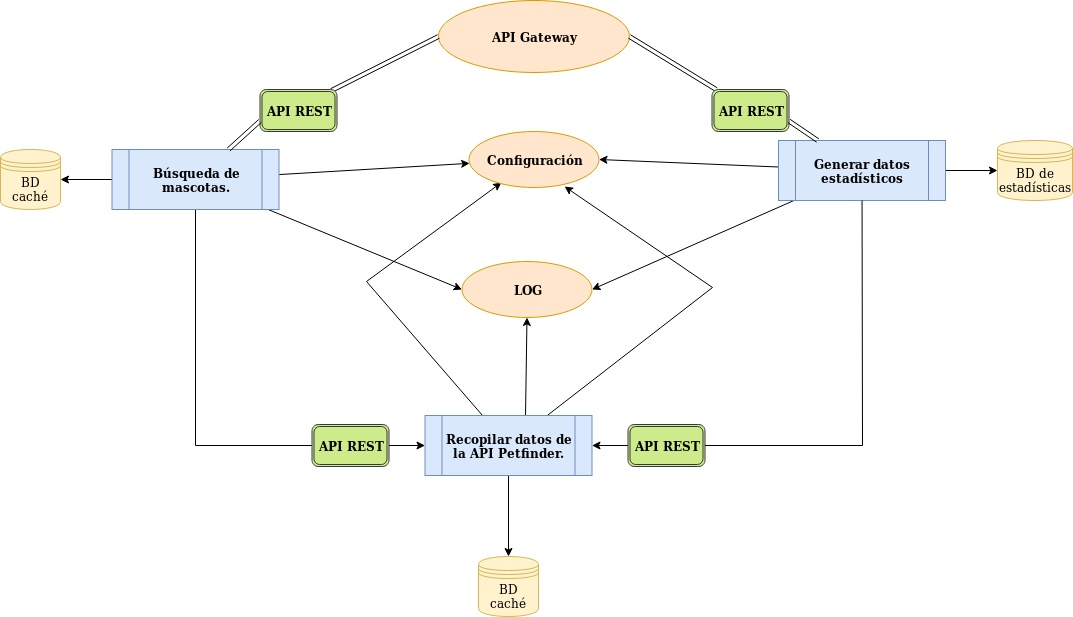
Before: documentacion/imagenes/Comunicación microservicios.png, a diagram exported from draw.io (lidiasm/MPII-ProyectoCC). Source tidied: cells renumbered, new cells last; positions are measured from the earlier drawing's top-left corner, leaving out a move shared by most shapes.
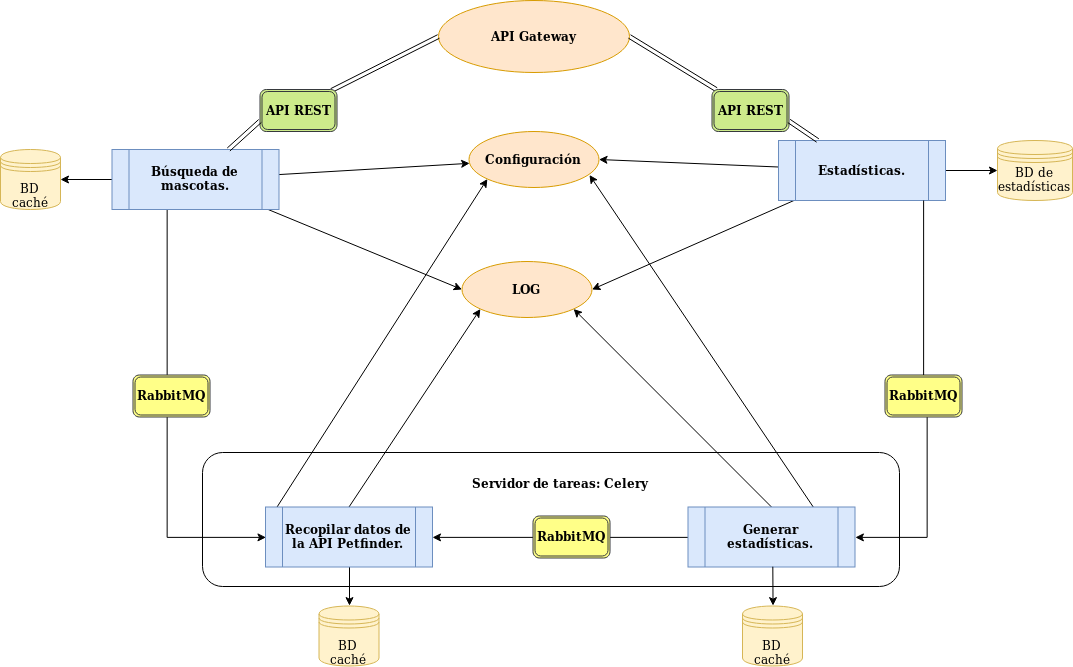
The same diagram one commit later.

Commit message:
Modificado el sistema de comunicación añadiendo Celery fixed #25

Diff of the diagram source:
```diff
@@ -2,6 +2,9 @@
   <root>
     <mxCell id="0" />
     <mxCell id="1" parent="0" />
+    <mxCell id="32" value="&lt;div&gt;&lt;br&gt;&lt;/div&gt;&lt;div&gt;&lt;br&gt;&lt;/div&gt;" style="rounded=1;whiteSpace=wrap;html=1;" parent="1" vertex="1">
+      <mxGeometry x="202" y="452" width="697" height="134" as="geometry" />
+    </mxCell>
     <mxCell id="2" value="&lt;b&gt;API Gateway&lt;/b&gt;" style="ellipse;whiteSpace=wrap;html=1;fillColor=#ffe6cc;strokeColor=#d79b00;" parent="1" vertex="1">
       <mxGeometry x="438" width="191" height="72" as="geometry" />
     </mxCell>
@@ -17,10 +20,14 @@
     <mxCell id="6" style="edgeStyle=none;rounded=0;jettySize=auto;html=1;entryX=1;entryY=0.5;entryDx=0;entryDy=0;" parent="1" edge="1" source="8" target="21">
       <mxGeometry relative="1" as="geometry" />
     </mxCell>
-    <mxCell id="7" style="edgeStyle=none;rounded=0;jettySize=auto;html=1;entryX=1;entryY=0.5;entryDx=0;entryDy=0;" parent="1" edge="1" source="30" target="19">
-      <mxGeometry relative="1" as="geometry" />
-    </mxCell>
+    <mxCell id="33" style="edgeStyle=orthogonalEdgeStyle;rounded=0;jettySize=auto;html=1;entryX=1;entryY=0.5;entryDx=0;entryDy=0;" parent="1" edge="1" source="42" target="38">
+      <mxGeometry relative="1" as="geometry">
+        <Array as="points">
+          <mxPoint x="927" y="537" />
+        </Array>
+      </mxGeometry>
+    </mxCell>
-    <mxCell id="8" value="&lt;b&gt;Generar datos estadísticos&lt;br&gt;&lt;/b&gt;" style="shape=process;whiteSpace=wrap;html=1;backgroundOutline=1;fillColor=#dae8fc;strokeColor=#6c8ebf;" parent="1" vertex="1">
+    <mxCell id="8" value="&lt;b&gt;Estadísticas.&lt;/b&gt;" style="shape=process;whiteSpace=wrap;html=1;backgroundOutline=1;fillColor=#dae8fc;strokeColor=#6c8ebf;" parent="1" vertex="1">
       <mxGeometry x="778" y="140" width="167" height="60" as="geometry" />
     </mxCell>
     <mxCell id="9" style="edgeStyle=none;shape=link;rounded=0;jettySize=auto;html=1;entryX=0;entryY=0.5;entryDx=0;entryDy=0;" parent="1" edge="1" target="2">
@@ -31,44 +38,34 @@
     <mxCell id="10" style="edgeStyle=none;rounded=0;jettySize=auto;html=1;entryX=1;entryY=0.5;entryDx=0;entryDy=0;" parent="1" edge="1" source="14" target="22">
       <mxGeometry relative="1" as="geometry" />
     </mxCell>
-    <mxCell id="11" style="edgeStyle=none;rounded=0;jettySize=auto;html=1;entryX=0;entryY=0.5;entryDx=0;entryDy=0;" parent="1" edge="1" source="14" target="19">
-      <mxGeometry relative="1" as="geometry">
-        <Array as="points">
-          <mxPoint x="195" y="445" />
-        </Array>
-      </mxGeometry>
-    </mxCell>
     <mxCell id="12" style="edgeStyle=none;rounded=0;jettySize=auto;html=1;" parent="1" edge="1" source="14" target="20">
       <mxGeometry relative="1" as="geometry" />
     </mxCell>
     <mxCell id="13" style="edgeStyle=none;rounded=0;jettySize=auto;html=1;entryX=0;entryY=0.5;entryDx=0;entryDy=0;" parent="1" edge="1" source="14" target="21">
       <mxGeometry relative="1" as="geometry" />
     </mxCell>
+    <mxCell id="11" style="edgeStyle=orthogonalEdgeStyle;rounded=0;jettySize=auto;html=1;exitX=0.5;exitY=1;exitDx=0;exitDy=0;entryX=0;entryY=0.5;entryDx=0;entryDy=0;" parent="1" edge="1" source="14" target="19">
+      <mxGeometry relative="1" as="geometry">
+        <Array as="points">
+          <mxPoint x="167" y="209" />
+          <mxPoint x="167" y="537" />
+        </Array>
+      </mxGeometry>
+    </mxCell>
     <mxCell id="14" value="&lt;b&gt;Búsqueda de mascotas.&lt;/b&gt;" style="shape=process;whiteSpace=wrap;html=1;backgroundOutline=1;fillColor=#dae8fc;strokeColor=#6c8ebf;" parent="1" vertex="1">
       <mxGeometry x="111.5" y="149" width="167" height="60" as="geometry" />
     </mxCell>
-    <mxCell id="15" style="edgeStyle=orthogonalEdgeStyle;rounded=0;jettySize=auto;html=1;entryX=0.5;entryY=0;entryDx=0;entryDy=0;" parent="1" edge="1" source="19" target="24">
+    <mxCell id="15" style="edgeStyle=orthogonalEdgeStyle;rounded=0;jettySize=auto;html=1;entryX=0.5;entryY=0;entryDx=0;entryDy=0;exitX=0.5;exitY=1;exitDx=0;exitDy=0;" parent="1" edge="1" source="19" target="24">
       <mxGeometry relative="1" as="geometry" />
     </mxCell>
-    <mxCell id="16" style="edgeStyle=none;rounded=0;jettySize=auto;html=1;entryX=0.735;entryY=0.982;entryDx=0;entryDy=0;entryPerimeter=0;" parent="1" edge="1" source="19" target="20">
-      <mxGeometry relative="1" as="geometry">
-        <Array as="points">
-          <mxPoint x="712" y="287" />
-        </Array>
-      </mxGeometry>
-    </mxCell>
-    <mxCell id="17" style="edgeStyle=none;rounded=0;jettySize=auto;html=1;entryX=0.25;entryY=0.911;entryDx=0;entryDy=0;entryPerimeter=0;" parent="1" edge="1" source="19" target="20">
-      <mxGeometry relative="1" as="geometry">
-        <Array as="points">
-          <mxPoint x="366" y="281" />
-        </Array>
-      </mxGeometry>
-    </mxCell>
+    <mxCell id="34" style="rounded=0;jettySize=auto;html=1;exitX=0.048;exitY=0.092;exitDx=0;exitDy=0;endArrow=classic;endFill=1;entryX=0;entryY=1;entryDx=0;entryDy=0;exitPerimeter=0;" parent="1" edge="1" source="19" target="20">
+      <mxGeometry relative="1" as="geometry" />
+    </mxCell>
-    <mxCell id="18" style="edgeStyle=none;rounded=0;jettySize=auto;html=1;entryX=0.5;entryY=1;entryDx=0;entryDy=0;exitX=0.602;exitY=0;exitDx=0;exitDy=0;exitPerimeter=0;" parent="1" edge="1" source="19" target="21">
+    <mxCell id="18" style="edgeStyle=none;rounded=0;jettySize=auto;html=1;exitX=0.5;exitY=0;exitDx=0;exitDy=0;entryX=0;entryY=1;entryDx=0;entryDy=0;endArrow=classic;endFill=1;" parent="1" edge="1" source="19" target="21">
       <mxGeometry relative="1" as="geometry" />
     </mxCell>
     <mxCell id="19" value="&lt;b&gt;Recopilar datos de la API Petfinder.&lt;br&gt;&lt;/b&gt;" style="shape=process;whiteSpace=wrap;html=1;backgroundOutline=1;fillColor=#dae8fc;strokeColor=#6c8ebf;" parent="1" vertex="1">
-      <mxGeometry x="424.5" y="415" width="167" height="60" as="geometry" />
+      <mxGeometry x="265" y="506.5" width="167" height="60" as="geometry" />
     </mxCell>
     <mxCell id="20" value="&lt;b&gt;Configuración&lt;/b&gt;" style="ellipse;whiteSpace=wrap;html=1;fillColor=#ffe6cc;strokeColor=#d79b00;" parent="1" vertex="1">
       <mxGeometry x="468.5" y="131" width="130" height="56" as="geometry" />
@@ -83,11 +80,8 @@
       <mxGeometry x="997" y="140" width="75" height="60" as="geometry" />
     </mxCell>
     <mxCell id="24" value="BD caché" style="shape=datastore;whiteSpace=wrap;html=1;fillColor=#fff2cc;strokeColor=#d6b656;" parent="1" vertex="1">
-      <mxGeometry x="478" y="556" width="60" height="60" as="geometry" />
+      <mxGeometry x="318.5" y="605.5" width="60" height="60" as="geometry" />
     </mxCell>
-    <mxCell id="25" value="&lt;b&gt;API REST&lt;/b&gt;" style="shape=ext;double=1;rounded=1;whiteSpace=wrap;html=1;fillColor=#cdeb8b;strokeColor=#36393d;" parent="1" vertex="1">
-      <mxGeometry x="311.5" y="424" width="77" height="42" as="geometry" />
-    </mxCell>
     <mxCell id="26" value="&lt;b&gt;API REST&lt;/b&gt;" style="shape=ext;double=1;rounded=1;whiteSpace=wrap;html=1;fillColor=#cdeb8b;strokeColor=#36393d;" parent="1" vertex="1">
       <mxGeometry x="711.5" y="89" width="77" height="42" as="geometry" />
     </mxCell>
@@ -100,15 +94,45 @@
     <mxCell id="29" style="edgeStyle=none;shape=link;rounded=0;jettySize=auto;html=1;entryX=0;entryY=0.75;entryDx=0;entryDy=0;" parent="1" edge="1" source="14" target="28">
       <mxGeometry relative="1" as="geometry" />
     </mxCell>
+    <mxCell id="35" style="edgeStyle=orthogonalEdgeStyle;rounded=0;jettySize=auto;html=1;exitX=0;exitY=0.5;exitDx=0;exitDy=0;" parent="1" edge="1" source="38" target="19">
+      <mxGeometry relative="1" as="geometry" />
+    </mxCell>
+    <mxCell id="36" style="edgeStyle=none;rounded=0;jettySize=auto;html=1;exitX=0.5;exitY=0;exitDx=0;exitDy=0;entryX=1;entryY=1;entryDx=0;entryDy=0;endArrow=classic;endFill=1;" parent="1" edge="1" source="38" target="21">
+      <mxGeometry relative="1" as="geometry" />
+    </mxCell>
+    <mxCell id="37" style="edgeStyle=none;rounded=0;jettySize=auto;html=1;exitX=0.75;exitY=0;exitDx=0;exitDy=0;entryX=0.927;entryY=0.777;entryDx=0;entryDy=0;entryPerimeter=0;endArrow=classic;endFill=1;" parent="1" edge="1" source="38" target="20">
+      <mxGeometry relative="1" as="geometry" />
+    </mxCell>
+    <mxCell id="38" value="&lt;b&gt;Generar estadísticas.&lt;br&gt;&lt;/b&gt;" style="shape=process;whiteSpace=wrap;html=1;backgroundOutline=1;fillColor=#dae8fc;strokeColor=#6c8ebf;" parent="1" vertex="1">
+      <mxGeometry x="687.5" y="506.5" width="167" height="60" as="geometry" />
+    </mxCell>
+    <mxCell id="39" style="edgeStyle=orthogonalEdgeStyle;rounded=0;jettySize=auto;html=1;entryX=0.5;entryY=0;entryDx=0;entryDy=0;exitX=0.5;exitY=1;exitDx=0;exitDy=0;" parent="1" edge="1" target="40">
+      <mxGeometry relative="1" as="geometry">
+        <mxPoint x="772.3" y="566.2" as="sourcePoint" />
+      </mxGeometry>
+    </mxCell>
+    <mxCell id="40" value="BD caché" style="shape=datastore;whiteSpace=wrap;html=1;fillColor=#fff2cc;strokeColor=#d6b656;" parent="1" vertex="1">
+      <mxGeometry x="742" y="605.5" width="60" height="60" as="geometry" />
+    </mxCell>
-    <mxCell id="30" value="&lt;b&gt;API REST&lt;/b&gt;" style="shape=ext;double=1;rounded=1;whiteSpace=wrap;html=1;fillColor=#cdeb8b;strokeColor=#36393d;" parent="1" vertex="1">
-      <mxGeometry x="627.5" y="424" width="77" height="42" as="geometry" />
+    <mxCell id="30" value="&lt;b&gt;RabbitMQ&lt;/b&gt;" style="shape=ext;double=1;rounded=1;whiteSpace=wrap;html=1;fillColor=#ffff88;strokeColor=#36393d;" parent="1" vertex="1">
+      <mxGeometry x="532.5" y="515.5" width="77" height="42" as="geometry" />
     </mxCell>
-    <mxCell id="31" style="edgeStyle=none;rounded=0;jettySize=auto;html=1;endArrow=none;endFill=0;" parent="1" edge="1" source="8" target="30">
-      <mxGeometry relative="1" as="geometry">
-        <Array as="points">
-          <mxPoint x="862" y="445" />
-        </Array>
-      </mxGeometry>
-    </mxCell>
+    <mxCell id="41" value="&lt;b&gt;RabbitMQ&lt;/b&gt;" style="shape=ext;double=1;rounded=1;whiteSpace=wrap;html=1;fillColor=#ffff88;strokeColor=#36393d;" parent="1" vertex="1">
+      <mxGeometry x="132.5" y="374.5" width="77" height="42" as="geometry" />
+    </mxCell>
+    <mxCell id="42" value="&lt;b&gt;RabbitMQ&lt;/b&gt;" style="shape=ext;double=1;rounded=1;whiteSpace=wrap;html=1;fillColor=#ffff88;strokeColor=#36393d;" parent="1" vertex="1">
+      <mxGeometry x="884.5" y="374.5" width="77" height="42" as="geometry" />
+    </mxCell>
+    <mxCell id="43" style="edgeStyle=orthogonalEdgeStyle;rounded=0;jettySize=auto;html=1;entryX=0.5;entryY=0;entryDx=0;entryDy=0;endArrow=none;endFill=0;" parent="1" edge="1" source="8" target="42">
+      <mxGeometry relative="1" as="geometry">
+        <Array as="points">
+          <mxPoint x="923" y="275" />
+          <mxPoint x="923" y="275" />
+        </Array>
+      </mxGeometry>
+    </mxCell>
+    <mxCell id="44" value="&lt;b&gt;Servidor de tareas: Celery&lt;/b&gt;" style="text;html=1;strokeColor=none;fillColor=none;align=center;verticalAlign=middle;whiteSpace=wrap;rounded=0;" parent="1" vertex="1">
+      <mxGeometry x="468.5" y="472.5" width="182" height="20" as="geometry" />
+    </mxCell>
   </root>
 </mxGraphModel>
```
